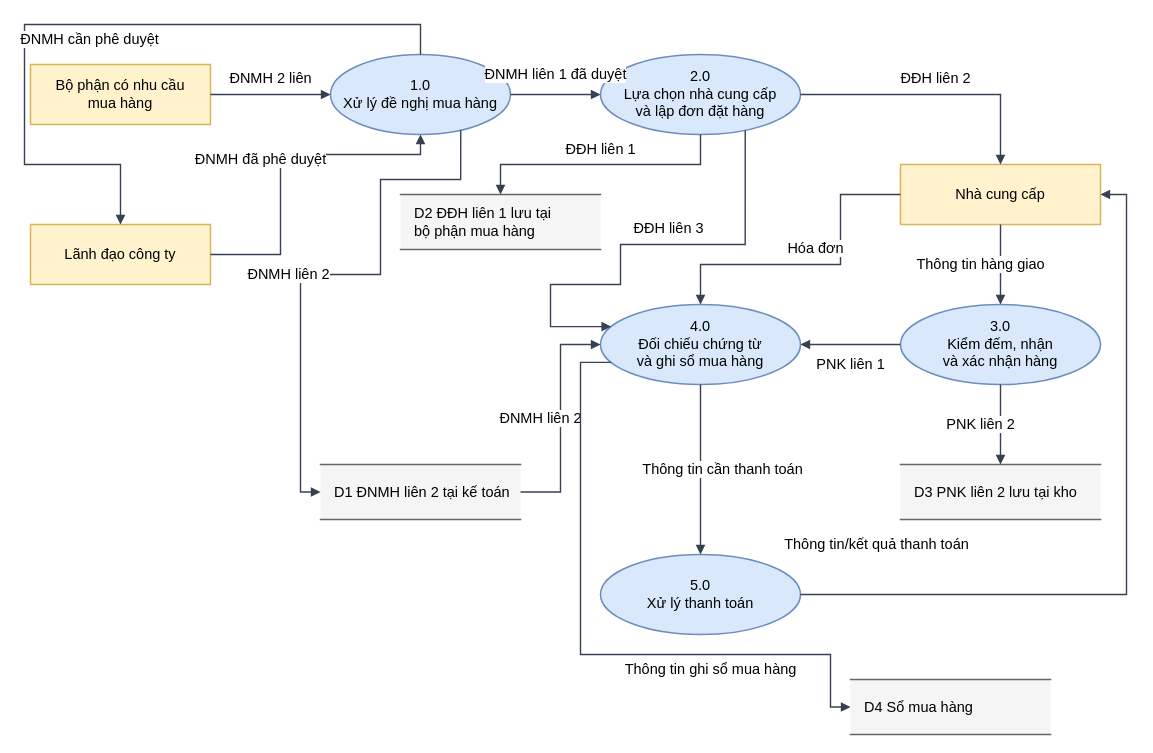
Before: assets/drawio/07_purchase_level0_dfd.drawio in saigonbaddielover/thtrang, a draw.io diagram. Source tidied: cells renumbered, new cells numbered last; positions are measured from the earlier drawing's top-left corner, leaving out a move shared by most shapes. Both pictures are drawn from the tidied source at 100%, with x=0, y=0 at pixel (24, 24).
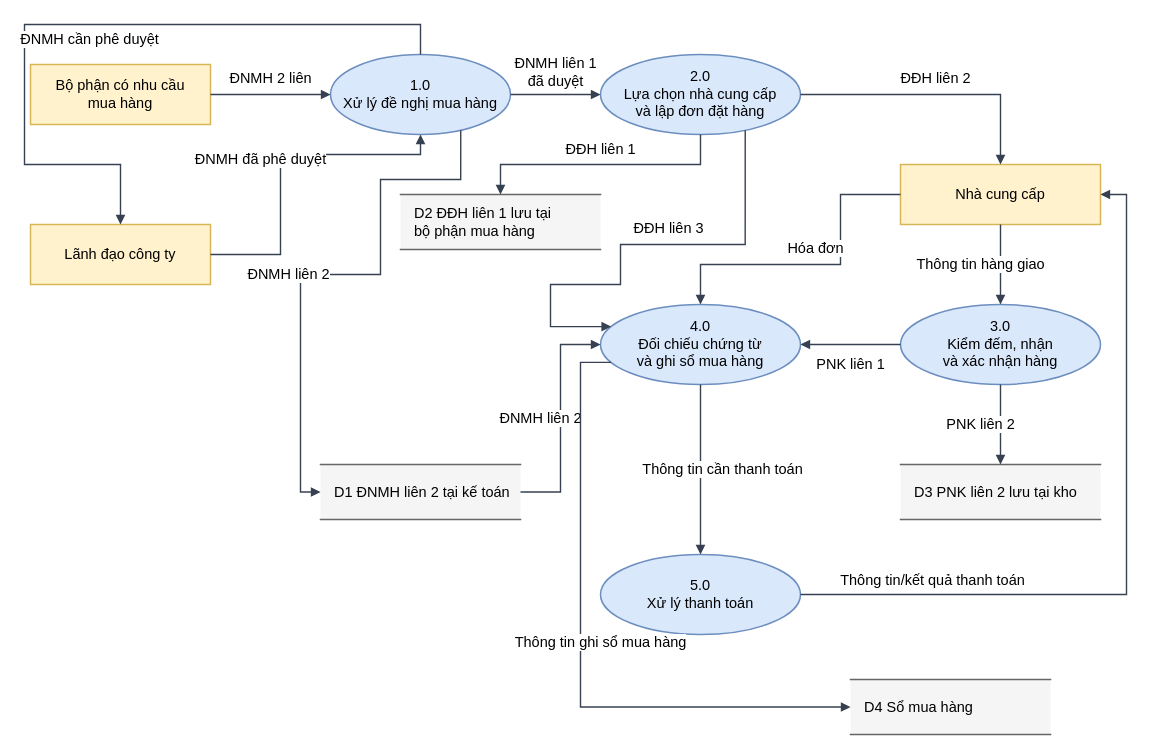
The same diagram, later.

Unchanged cells that the change refers to:
```xml
<mxCell id="4" value="Nhà cung cấp" style="rounded=0;whiteSpace=wrap;html=1;fontFamily=Arial;fontSize=14.5;align=center;verticalAlign=middle;fillColor=#FFF2CC;strokeColor=#D6B656;strokeWidth=1.5;" parent="1" vertex="1">
  <mxGeometry x="876" y="140" width="200" height="60" as="geometry" />
</mxCell>
<mxCell id="5" value="1.0&#10;Xử lý đề nghị mua hàng" style="shape=ellipse;html=1;whiteSpace=wrap;perimeter=ellipsePerimeter;fontFamily=Arial;fontSize=14.5;align=center;verticalAlign=middle;fillColor=#DAE8FC;strokeColor=#6C8EBF;strokeWidth=1.5;" parent="1" vertex="1">
  <mxGeometry x="306" y="30" width="180" height="80" as="geometry" />
</mxCell>
<mxCell id="6" value="2.0&#10;Lựa chọn nhà cung cấp&#10;và lập đơn đặt hàng" style="shape=ellipse;html=1;whiteSpace=wrap;perimeter=ellipsePerimeter;fontFamily=Arial;fontSize=14.5;align=center;verticalAlign=middle;fillColor=#DAE8FC;strokeColor=#6C8EBF;strokeWidth=1.5;" parent="1" vertex="1">
  <mxGeometry x="576" y="30" width="200" height="80" as="geometry" />
</mxCell>
<mxCell id="8" value="4.0&#10;Đối chiếu chứng từ&#10;và ghi sổ mua hàng" style="shape=ellipse;html=1;whiteSpace=wrap;perimeter=ellipsePerimeter;fontFamily=Arial;fontSize=14.5;align=center;verticalAlign=middle;fillColor=#DAE8FC;strokeColor=#6C8EBF;strokeWidth=1.5;" parent="1" vertex="1">
  <mxGeometry x="576" y="280" width="200" height="80" as="geometry" />
</mxCell>
<mxCell id="9" value="5.0&#10;Xử lý thanh toán" style="shape=ellipse;html=1;whiteSpace=wrap;perimeter=ellipsePerimeter;fontFamily=Arial;fontSize=14.5;align=center;verticalAlign=middle;fillColor=#DAE8FC;strokeColor=#6C8EBF;strokeWidth=1.5;" parent="1" vertex="1">
  <mxGeometry x="576" y="530" width="200" height="80" as="geometry" />
</mxCell>
<mxCell id="13" value="D4  Sổ mua hàng" style="shape=partialRectangle;right=0;left=0;html=1;whiteSpace=wrap;fontFamily=Arial;fontSize=14.5;align=left;spacingLeft=12;verticalAlign=middle;fillColor=#F5F5F5;strokeColor=#666666;strokeWidth=1.5;" parent="1" vertex="1">
  <mxGeometry x="826" y="655" width="200" height="55" as="geometry" />
</mxCell>
```

Diff of the diagram source:
```diff
@@
-    <mxCell id="14" value="ĐNMH liên 1 đã duyệt" style="edgeStyle=orthogonalEdgeStyle;rounded=0;html=1;fontFamily=Arial;fontSize=14.5;labelBackgroundColor=#FFFFFF;endArrow=block;endFill=1;strokeColor=#374151;strokeWidth=1.4;exitX=1;exitY=0.5;entryX=0;entryY=0.5;" parent="1" edge="1" source="5" target="6">
+    <mxCell id="14" value="ĐNMH liên 1&lt;br&gt;đã duyệt" style="edgeStyle=orthogonalEdgeStyle;rounded=0;html=1;fontFamily=Arial;fontSize=14.5;labelBackgroundColor=#FFFFFF;endArrow=block;endFill=1;strokeColor=#374151;strokeWidth=1.4;exitX=1;exitY=0.5;entryX=0;entryY=0.5;" parent="1" edge="1" source="5" target="6">
       <mxGeometry relative="1" as="geometry">
-        <mxPoint y="-20" as="offset" />
+        <mxPoint y="-22" as="offset" />
       </mxGeometry>
     </mxCell>
@@
     <mxCell id="23" value="Thông tin/kết quả thanh toán" style="edgeStyle=orthogonalEdgeStyle;rounded=0;html=1;fontFamily=Arial;fontSize=14.5;labelBackgroundColor=#FFFFFF;endArrow=block;endFill=1;strokeColor=#374151;strokeWidth=1.4;exitX=1;exitY=0.5;entryX=1;entryY=0.5;" parent="1" edge="1" source="9" target="4">
-      <mxGeometry relative="1" as="geometry">
+      <mxGeometry x="-0.65" relative="1" as="geometry">
         <Array as="points">
           <mxPoint x="1102" y="570" />
           <mxPoint x="1102" y="170" />
         </Array>
-        <mxPoint x="-250" as="offset" />
+        <mxPoint y="-14" as="offset" />
       </mxGeometry>
     </mxCell>
@@
     <mxCell id="29" value="Thông tin ghi sổ mua hàng" style="edgeStyle=orthogonalEdgeStyle;rounded=0;html=1;fontFamily=Arial;fontSize=14.5;labelBackgroundColor=#FFFFFF;endArrow=block;endFill=1;strokeColor=#374151;strokeWidth=1.4;exitX=0;exitY=0.75;entryX=0;entryY=0.5;" parent="1" edge="1" source="8" target="13">
       <mxGeometry relative="1" as="geometry">
         <Array as="points">
           <mxPoint x="556" y="337.9" />
-          <mxPoint x="556" y="630" />
-          <mxPoint x="806" y="630" />
-          <mxPoint x="806" y="682.5" />
+          <mxPoint x="556" y="682.5" />
         </Array>
-        <mxPoint x="130" y="15" as="offset" />
+        <mxPoint x="20" y="-12" as="offset" />
       </mxGeometry>
     </mxCell>
```
